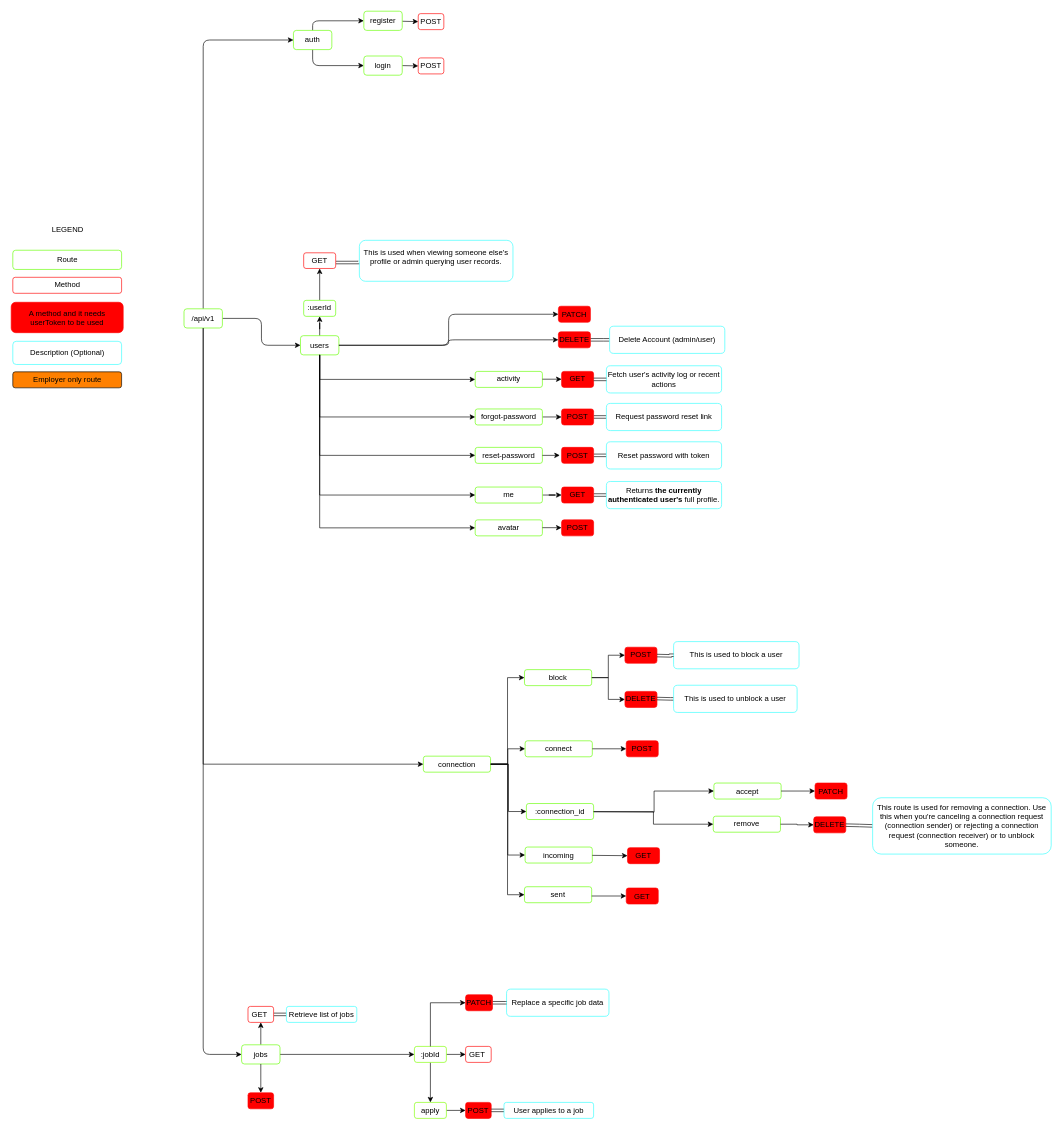
The draw.io diagram diagrams/rest_api.drawio in kenshiin1123/dev-match, before the edit. Source tidied: cells renumbered, new cells numbered last; positions are measured from the earlier drawing's top-left corner, leaving out a move shared by most shapes. Both pictures are drawn from the tidied source at 64%, with x=0, y=0 at pixel (11, 11).
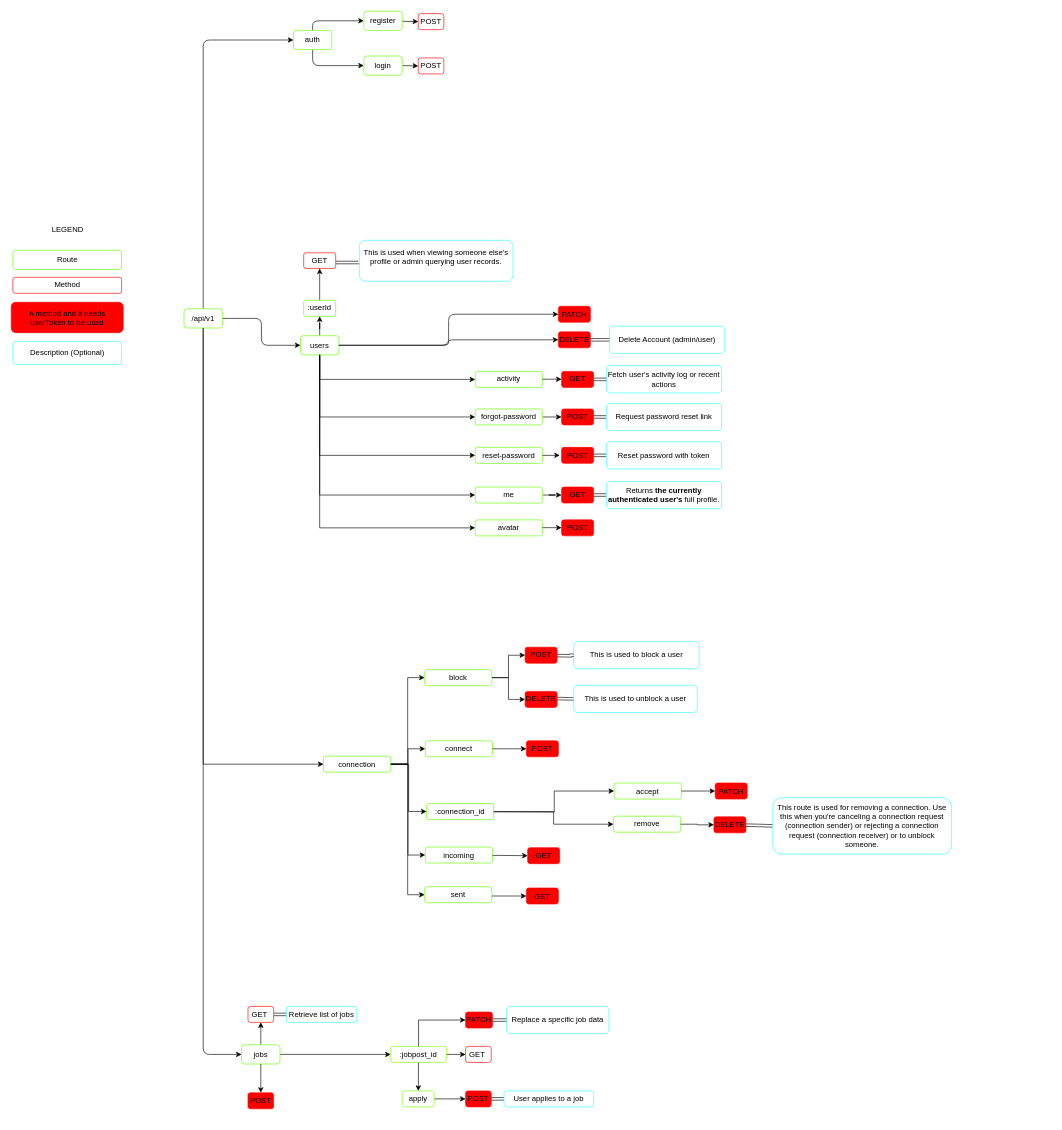
Above is the later version.

The edit, as a diff of the source:
```diff
@@
-    <mxCell id="37" value="&lt;span&gt;:jobId&lt;/span&gt;" style="whiteSpace=wrap;html=1;rounded=1;strokeColor=#80FF00;fontStyle=0;" parent="1" vertex="1">
-      <mxGeometry x="630" y="1617.5" width="50" height="25" as="geometry" />
+    <mxCell id="37" value="&lt;span&gt;:jobpost_id&lt;/span&gt;" style="whiteSpace=wrap;html=1;rounded=1;strokeColor=#80FF00;fontStyle=0;" parent="1" vertex="1">
+      <mxGeometry x="593" y="1617.5" width="87" height="25" as="geometry" />
     </mxCell>
@@
-    <mxCell id="39" value="Employer only route" style="whiteSpace=wrap;html=1;rounded=1;strokeColor=#000000;fillColor=#FF8000;fontStyle=0;flipV=0;" parent="1" vertex="1">
-      <mxGeometry x="2.5" y="563.5" width="170" height="25" as="geometry" />
-    </mxCell>
@@
     <mxCell id="41" value="apply" style="whiteSpace=wrap;html=1;rounded=1;strokeColor=#80FF00;fontStyle=0;" parent="1" vertex="1">
-      <mxGeometry x="630" y="1705" width="50" height="25" as="geometry" />
+      <mxGeometry x="611" y="1687" width="50" height="25" as="geometry" />
     </mxCell>
     <mxCell id="42" value="&lt;span&gt;POST&lt;/span&gt;" style="whiteSpace=wrap;html=1;rounded=1;strokeColor=#FF0000;fontStyle=0;fillColor=#FF0000;" parent="1" vertex="1">
-      <mxGeometry x="710" y="1705" width="40" height="25" as="geometry" />
+      <mxGeometry x="710" y="1687" width="40" height="25" as="geometry" />
     </mxCell>
@@
     <mxCell id="44" value="User applies to a job" style="whiteSpace=wrap;html=1;rounded=1;strokeColor=#33FFFF;fontStyle=0;" parent="1" vertex="1">
-      <mxGeometry x="770" y="1705" width="140" height="25" as="geometry" />
+      <mxGeometry x="770" y="1687" width="140" height="25" as="geometry" />
     </mxCell>
@@
     <mxCell id="80" value="connection" style="whiteSpace=wrap;html=1;rounded=1;strokeColor=#65FF00;fontStyle=0;" parent="1" vertex="1">
-      <mxGeometry x="644" y="1164" width="105" height="25" as="geometry" />
+      <mxGeometry x="488" y="1164" width="105" height="25" as="geometry" />
     </mxCell>
@@
     <mxCell id="82" value=":connection_id" style="whiteSpace=wrap;html=1;rounded=1;strokeColor=#65FF00;fontStyle=0;" parent="1" vertex="1">
-      <mxGeometry x="805" y="1238" width="105" height="25" as="geometry" />
+      <mxGeometry x="649" y="1238" width="105" height="25" as="geometry" />
     </mxCell>
     <mxCell id="83" value="incoming" style="whiteSpace=wrap;html=1;rounded=1;strokeColor=#65FF00;fontStyle=0;" parent="1" vertex="1">
-      <mxGeometry x="803" y="1306" width="105" height="25" as="geometry" />
+      <mxGeometry x="647" y="1306" width="105" height="25" as="geometry" />
     </mxCell>
@@
     <mxCell id="85" value="connect" style="whiteSpace=wrap;html=1;rounded=1;strokeColor=#65FF00;fontStyle=0;" parent="1" vertex="1">
-      <mxGeometry x="803" y="1140" width="105" height="25" as="geometry" />
+      <mxGeometry x="647" y="1140" width="105" height="25" as="geometry" />
     </mxCell>
     <mxCell id="86" value="sent" style="whiteSpace=wrap;html=1;rounded=1;strokeColor=#65FF00;fontStyle=0;" parent="1" vertex="1">
-      <mxGeometry x="802" y="1368" width="105" height="25" as="geometry" />
+      <mxGeometry x="646" y="1368" width="105" height="25" as="geometry" />
     </mxCell>
@@
     <mxCell id="88" value="accept" style="whiteSpace=wrap;html=1;rounded=1;strokeColor=#65FF00;fontStyle=0;" parent="1" vertex="1">
-      <mxGeometry x="1098" y="1206" width="105" height="25" as="geometry" />
+      <mxGeometry x="942" y="1206" width="105" height="25" as="geometry" />
     </mxCell>
     <mxCell id="89" style="edgeStyle=orthogonalEdgeStyle;rounded=0;jettySize=auto;html=1;entryX=0;entryY=0.5;entryDx=0;entryDy=0;" parent="1" edge="1" target="88">
       <mxGeometry relative="1" as="geometry">
-        <mxPoint x="910" y="1251" as="sourcePoint" />
+        <mxPoint x="754" y="1251" as="sourcePoint" />
       </mxGeometry>
     </mxCell>
     <mxCell id="90" value="remove" style="whiteSpace=wrap;html=1;rounded=1;strokeColor=#65FF00;fontStyle=0;" parent="1" vertex="1">
-      <mxGeometry x="1097" y="1257.8" width="105" height="25" as="geometry" />
+      <mxGeometry x="941" y="1257.8" width="105" height="25" as="geometry" />
     </mxCell>
@@
     <mxCell id="93" value="block" style="whiteSpace=wrap;html=1;rounded=1;strokeColor=#65FF00;fontStyle=0;" parent="1" vertex="1">
-      <mxGeometry x="802" y="1028.8" width="105" height="25" as="geometry" />
+      <mxGeometry x="646" y="1028.8" width="105" height="25" as="geometry" />
     </mxCell>
@@
     <mxCell id="95" value="POST" style="whiteSpace=wrap;html=1;rounded=1;strokeColor=#FF0000;fontStyle=0;fillColor=#FF0000;" parent="1" vertex="1">
-      <mxGeometry x="961" y="1140" width="50" height="25" as="geometry" />
+      <mxGeometry x="805" y="1140" width="50" height="25" as="geometry" />
     </mxCell>
     <mxCell id="96" style="edgeStyle=orthogonalEdgeStyle;rounded=0;jettySize=auto;html=1;entryX=0;entryY=0.5;entryDx=0;entryDy=0;" parent="1" edge="1" target="97">
       <mxGeometry relative="1" as="geometry">
-        <mxPoint x="908" y="1319" as="sourcePoint" />
+        <mxPoint x="752" y="1319" as="sourcePoint" />
       </mxGeometry>
     </mxCell>
     <mxCell id="97" value="GET" style="whiteSpace=wrap;html=1;rounded=1;strokeColor=#FF0000;fontStyle=0;fillColor=#FF0000;" parent="1" vertex="1">
-      <mxGeometry x="963" y="1307" width="50" height="25" as="geometry" />
+      <mxGeometry x="807" y="1307" width="50" height="25" as="geometry" />
     </mxCell>
     <mxCell id="98" value="GET" style="whiteSpace=wrap;html=1;rounded=1;strokeColor=#FF0000;fontStyle=0;fillColor=#FF0000;" parent="1" vertex="1">
-      <mxGeometry x="961" y="1370" width="50" height="25" as="geometry" />
+      <mxGeometry x="805" y="1370" width="50" height="25" as="geometry" />
     </mxCell>
@@
     <mxCell id="100" value="POST" style="whiteSpace=wrap;html=1;rounded=1;strokeColor=#FF0000;fontStyle=0;fillColor=#FF0000;" parent="1" vertex="1">
-      <mxGeometry x="959" y="993.8" width="50" height="25" as="geometry" />
+      <mxGeometry x="803" y="993.8" width="50" height="25" as="geometry" />
     </mxCell>
@@
     <mxCell id="102" value="PATCH" style="whiteSpace=wrap;html=1;rounded=1;strokeColor=#FF0000;fontStyle=0;fillColor=#FF0000;" parent="1" vertex="1">
-      <mxGeometry x="1256" y="1206" width="50" height="25" as="geometry" />
+      <mxGeometry x="1100" y="1206" width="50" height="25" as="geometry" />
     </mxCell>
@@
     <mxCell id="105" value="DELETE" style="whiteSpace=wrap;html=1;rounded=1;strokeColor=#FF0000;fontStyle=0;fillColor=#FF0000;" parent="1" vertex="1">
-      <mxGeometry x="1254" y="1258.8" width="50" height="25" as="geometry" />
+      <mxGeometry x="1098" y="1258.8" width="50" height="25" as="geometry" />
     </mxCell>
@@
     <mxCell id="108" style="edgeStyle=orthogonalEdgeStyle;rounded=0;jettySize=auto;html=1;shape=link;exitX=1;exitY=0.5;exitDx=0;exitDy=0;" parent="1" edge="1" target="109">
       <mxGeometry relative="1" as="geometry">
-        <mxPoint x="1304" y="1271.8" as="sourcePoint" />
+        <mxPoint x="1148" y="1271.8" as="sourcePoint" />
       </mxGeometry>
     </mxCell>
     <mxCell id="109" value="&lt;p&gt;This route is used for removing a connection. Use this when you're canceling a connection request (&lt;span style=&quot;background-color: transparent; color: light-dark(rgb(0, 0, 0), rgb(255, 255, 255));&quot;&gt;connection sender&lt;/span&gt;&lt;span style=&quot;background-color: transparent; color: light-dark(rgb(0, 0, 0), rgb(255, 255, 255));&quot;&gt;) or rejecting a connection request&lt;/span&gt;&lt;span style=&quot;background-color: transparent; color: light-dark(rgb(0, 0, 0), rgb(255, 255, 255));&quot;&gt;&amp;nbsp;(connection receiver)&lt;/span&gt;&lt;span style=&quot;background-color: transparent; color: light-dark(rgb(0, 0, 0), rgb(255, 255, 255));&quot;&gt;&amp;nbsp;or to unblock someone.&lt;/span&gt;&lt;/p&gt;&lt;p&gt;&lt;/p&gt;" style="whiteSpace=wrap;html=1;rounded=1;strokeColor=#33FFFF;fontStyle=0;" parent="1" vertex="1">
-      <mxGeometry x="1346" y="1229" width="279" height="88" as="geometry" />
+      <mxGeometry x="1190" y="1229" width="279" height="88" as="geometry" />
     </mxCell>
     <mxCell id="110" value="DELETE" style="whiteSpace=wrap;html=1;rounded=1;strokeColor=#FF0000;fontStyle=0;fillColor=#FF0000;" parent="1" vertex="1">
-      <mxGeometry x="959" y="1062.8" width="50" height="25" as="geometry" />
+      <mxGeometry x="803" y="1062.8" width="50" height="25" as="geometry" />
     </mxCell>
     <mxCell id="111" value="&lt;p&gt;This is used to block a user&lt;/p&gt;&lt;p&gt;&lt;/p&gt;" style="whiteSpace=wrap;html=1;rounded=1;strokeColor=#33FFFF;fontStyle=0;" parent="1" vertex="1">
-      <mxGeometry x="1035" y="985" width="196" height="42.5" as="geometry" />
+      <mxGeometry x="879" y="985" width="196" height="42.5" as="geometry" />
     </mxCell>
     <mxCell id="112" style="edgeStyle=orthogonalEdgeStyle;rounded=0;jettySize=auto;html=1;shape=link;exitX=1;exitY=0.5;exitDx=0;exitDy=0;" parent="1" edge="1" target="111">
       <mxGeometry relative="1" as="geometry">
-        <mxPoint x="1009" y="1006.8" as="sourcePoint" />
+        <mxPoint x="853" y="1006.8" as="sourcePoint" />
       </mxGeometry>
     </mxCell>
     <mxCell id="113" style="edgeStyle=orthogonalEdgeStyle;rounded=0;jettySize=auto;html=1;shape=link;exitX=1;exitY=0.5;exitDx=0;exitDy=0;" parent="1" edge="1" target="114">
       <mxGeometry relative="1" as="geometry">
-        <mxPoint x="1009" y="1074" as="sourcePoint" />
+        <mxPoint x="853" y="1074" as="sourcePoint" />
       </mxGeometry>
     </mxCell>
     <mxCell id="114" value="&lt;p&gt;This is used to unblock a user&lt;/p&gt;&lt;p&gt;&lt;/p&gt;" style="whiteSpace=wrap;html=1;rounded=1;strokeColor=#33FFFF;fontStyle=0;" parent="1" vertex="1">
-      <mxGeometry x="1035" y="1053.2" width="193" height="42.5" as="geometry" />
+      <mxGeometry x="879" y="1053.2" width="193" height="42.5" as="geometry" />
     </mxCell>
@@
     <mxCell id="117" value="Replace a specific job data" style="whiteSpace=wrap;html=1;rounded=1;strokeColor=#33FFFF;fontStyle=0;" parent="1" vertex="1">
-      <mxGeometry x="774" y="1528" width="160" height="42.5" as="geometry" />
+      <mxGeometry x="774" y="1555" width="160" height="42.5" as="geometry" />
     </mxCell>
@@
     <mxCell id="120" value="&lt;span&gt;PATCH&lt;/span&gt;" style="whiteSpace=wrap;html=1;rounded=1;strokeColor=#FF0000;fontStyle=0;fillColor=#FF0000;" parent="1" vertex="1">
-      <mxGeometry x="710" y="1536.8" width="42" height="25" as="geometry" />
+      <mxGeometry x="710" y="1563.8" width="42" height="25" as="geometry" />
     </mxCell>
```
